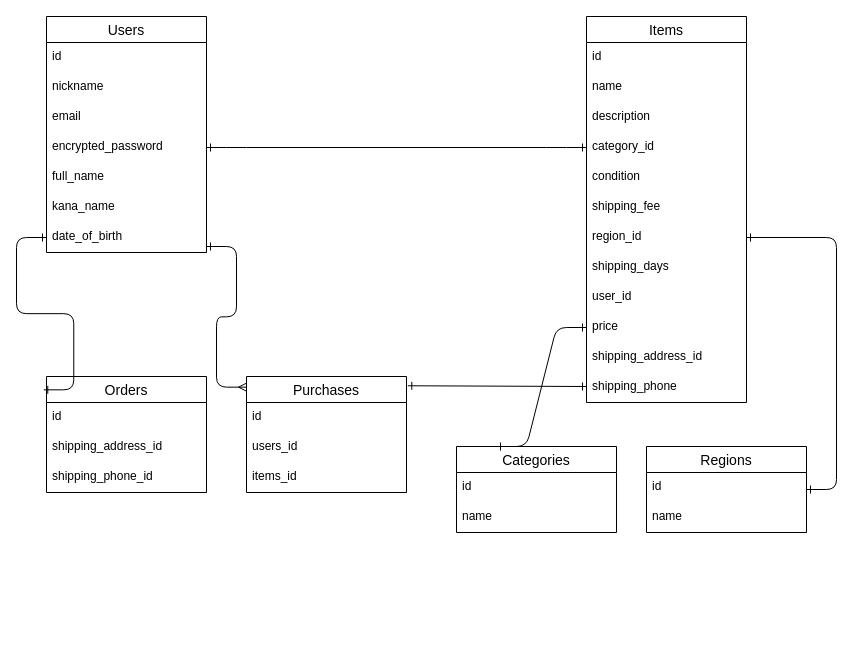
Earlier version of the draw.io diagram furima-39427.dio (oaahibami/furima-39427). Source tidied: cells renumbered, new cells numbered last; positions are measured from the earlier drawing's top-left corner, leaving out a move shared by most shapes. Both pictures are drawn from the tidied source at 100%, with x=0, y=0 at pixel (46, 16).
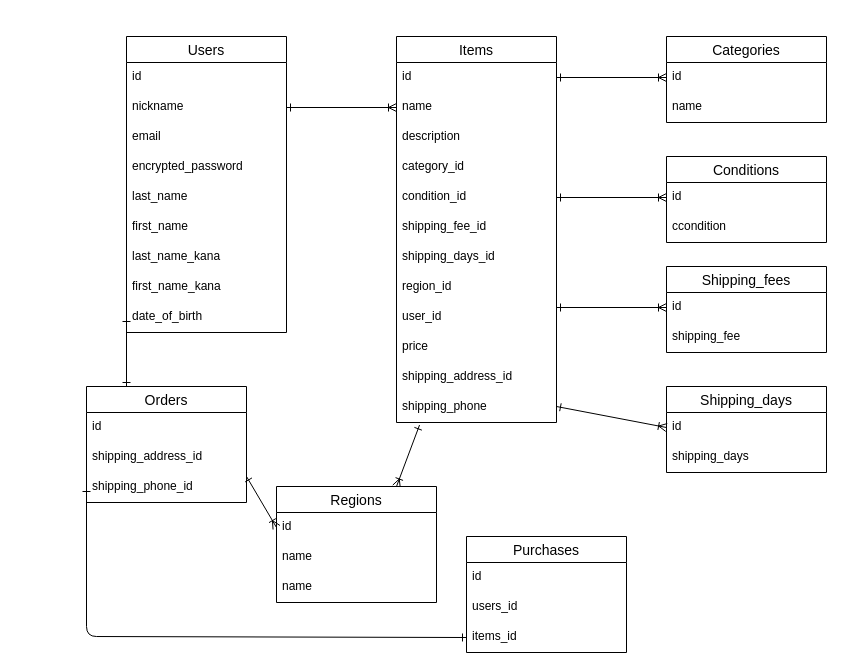
Above is the later version.

Commit message (it also covers changes not shown here):
データベース設計【再提出】

The change refers to these unchanged cells:
```xml
<mxCell id="4" value="nickname" style="text;strokeColor=none;fillColor=none;spacingLeft=4;spacingRight=4;overflow=hidden;points=[[0,0.5],[1,0.5]];portConstraint=eastwest;fontSize=12;" parent="2" vertex="1">
  <mxGeometry y="56" width="160" height="30" as="geometry" />
</mxCell>
<mxCell id="6" value="encrypted_password" style="text;strokeColor=none;fillColor=none;spacingLeft=4;spacingRight=4;overflow=hidden;points=[[0,0.5],[1,0.5]];portConstraint=eastwest;fontSize=12;" parent="2" vertex="1">
  <mxGeometry y="116" width="160" height="30" as="geometry" />
</mxCell>
<mxCell id="11" value="id" style="text;strokeColor=none;fillColor=none;spacingLeft=4;spacingRight=4;overflow=hidden;points=[[0,0.5],[1,0.5]];portConstraint=eastwest;fontSize=12;" parent="10" vertex="1">
  <mxGeometry y="26" width="160" height="30" as="geometry" />
</mxCell>
<mxCell id="12" value="name" style="text;strokeColor=none;fillColor=none;spacingLeft=4;spacingRight=4;overflow=hidden;points=[[0,0.5],[1,0.5]];portConstraint=eastwest;fontSize=12;" parent="10" vertex="1">
  <mxGeometry y="56" width="160" height="30" as="geometry" />
</mxCell>
<mxCell id="14" value="category_id" style="text;strokeColor=none;fillColor=none;spacingLeft=4;spacingRight=4;overflow=hidden;points=[[0,0.5],[1,0.5]];portConstraint=eastwest;fontSize=12;" parent="10" vertex="1">
  <mxGeometry y="116" width="160" height="30" as="geometry" />
</mxCell>
<mxCell id="20" value="price" style="text;strokeColor=none;fillColor=none;spacingLeft=4;spacingRight=4;overflow=hidden;points=[[0,0.5],[1,0.5]];portConstraint=eastwest;fontSize=12;" parent="10" vertex="1">
  <mxGeometry y="296" width="160" height="30" as="geometry" />
</mxCell>
<mxCell id="22" value="shipping_phone" style="text;strokeColor=none;fillColor=none;spacingLeft=4;spacingRight=4;overflow=hidden;points=[[0,0.5],[1,0.5]];portConstraint=eastwest;fontSize=12;" parent="10" vertex="1">
  <mxGeometry y="356" width="160" height="30" as="geometry" />
</mxCell>
<mxCell id="24" value="id" style="text;strokeColor=none;fillColor=none;spacingLeft=4;spacingRight=4;overflow=hidden;points=[[0,0.5],[1,0.5]];portConstraint=eastwest;fontSize=12;" parent="23" vertex="1">
  <mxGeometry y="26" width="160" height="30" as="geometry" />
</mxCell>
<mxCell id="27" value="id" style="text;strokeColor=none;fillColor=none;spacingLeft=4;spacingRight=4;overflow=hidden;points=[[0,0.5],[1,0.5]];portConstraint=eastwest;fontSize=12;" parent="26" vertex="1">
  <mxGeometry y="26" width="160" height="30" as="geometry" />
</mxCell>
<mxCell id="32" value="items_id" style="text;strokeColor=none;fillColor=none;spacingLeft=4;spacingRight=4;overflow=hidden;points=[[0,0.5],[1,0.5]];portConstraint=eastwest;fontSize=12;" parent="29" vertex="1">
  <mxGeometry y="86" width="160" height="30" as="geometry" />
</mxCell>
<mxCell id="36" value="shipping_phone_id" style="text;strokeColor=none;fillColor=none;spacingLeft=4;spacingRight=4;overflow=hidden;points=[[0,0.5],[1,0.5]];portConstraint=eastwest;fontSize=12;" parent="33" vertex="1">
  <mxGeometry y="86" width="160" height="30" as="geometry" />
</mxCell>
```

The edit, as a diff of the source:
```diff
@@
     <mxCell id="2" value="Users" style="swimlane;fontStyle=0;horizontal=1;startSize=26;align=center;fontSize=14;" parent="1" vertex="1">
-      <mxGeometry width="160" height="236" as="geometry" />
+      <mxGeometry x="80" y="20" width="160" height="296" as="geometry" />
     </mxCell>
@@
-    <mxCell id="7" value="full_name" style="text;strokeColor=none;fillColor=none;spacingLeft=4;spacingRight=4;overflow=hidden;fontSize=12;" parent="2" vertex="1">
+    <mxCell id="7" value="last_name" style="text;strokeColor=none;fillColor=none;spacingLeft=4;spacingRight=4;overflow=hidden;fontSize=12;" parent="2" vertex="1">
       <mxGeometry y="146" width="160" height="30" as="geometry" />
     </mxCell>
-    <mxCell id="8" value="kana_name" style="text;strokeColor=none;fillColor=none;spacingLeft=4;spacingRight=4;overflow=hidden;fontSize=12;" parent="2" vertex="1">
+    <mxCell id="8" value="first_name" style="text;strokeColor=none;fillColor=none;spacingLeft=4;spacingRight=4;overflow=hidden;fontSize=12;" parent="2" vertex="1">
       <mxGeometry y="176" width="160" height="30" as="geometry" />
     </mxCell>
-    <mxCell id="9" value="date_of_birth" style="text;strokeColor=none;fillColor=none;spacingLeft=4;spacingRight=4;overflow=hidden;points=[[0,0.5],[1,0.5]];portConstraint=eastwest;fontSize=12;" parent="2" vertex="1">
+    <mxCell id="9" value="last_name_kana" style="text;strokeColor=none;fillColor=none;spacingLeft=4;spacingRight=4;overflow=hidden;points=[[0,0.5],[1,0.5]];portConstraint=eastwest;fontSize=12;" parent="2" vertex="1">
       <mxGeometry y="206" width="160" height="30" as="geometry" />
     </mxCell>
+    <mxCell id="43" value="first_name_kana" style="text;strokeColor=none;fillColor=none;spacingLeft=4;spacingRight=4;overflow=hidden;fontSize=12;" parent="2" vertex="1">
+      <mxGeometry y="236" width="160" height="30" as="geometry" />
+    </mxCell>
+    <mxCell id="44" value="date_of_birth" style="text;strokeColor=none;fillColor=none;spacingLeft=4;spacingRight=4;overflow=hidden;points=[[0,0.5],[1,0.5]];portConstraint=eastwest;fontSize=12;" parent="2" vertex="1">
+      <mxGeometry y="266" width="160" height="30" as="geometry" />
+    </mxCell>
     <mxCell id="10" value="Items" style="swimlane;fontStyle=0;horizontal=1;startSize=26;align=center;fontSize=14;" parent="1" vertex="1">
-      <mxGeometry x="540" width="160" height="386" as="geometry" />
+      <mxGeometry x="350" y="20" width="160" height="386" as="geometry" />
     </mxCell>
@@
-    <mxCell id="15" value="condition" style="text;strokeColor=none;fillColor=none;spacingLeft=4;spacingRight=4;overflow=hidden;points=[[0,0.5],[1,0.5]];portConstraint=eastwest;fontSize=12;" parent="10" vertex="1">
+    <mxCell id="15" value="condition_id" style="text;strokeColor=none;fillColor=none;spacingLeft=4;spacingRight=4;overflow=hidden;points=[[0,0.5],[1,0.5]];portConstraint=eastwest;fontSize=12;" parent="10" vertex="1">
       <mxGeometry y="146" width="160" height="30" as="geometry" />
     </mxCell>
-    <mxCell id="16" value="shipping_fee" style="text;strokeColor=none;fillColor=none;spacingLeft=4;spacingRight=4;overflow=hidden;fontSize=12;" parent="10" vertex="1">
+    <mxCell id="16" value="shipping_fee_id" style="text;strokeColor=none;fillColor=none;spacingLeft=4;spacingRight=4;overflow=hidden;fontSize=12;" parent="10" vertex="1">
       <mxGeometry y="176" width="160" height="30" as="geometry" />
     </mxCell>
+    <mxCell id="18" value="shipping_days_id" style="text;strokeColor=none;fillColor=none;spacingLeft=4;spacingRight=4;overflow=hidden;fontSize=12;" parent="10" vertex="1">
+      <mxGeometry y="206" width="160" height="30" as="geometry" />
+    </mxCell>
     <mxCell id="17" value="region_id" style="text;strokeColor=none;fillColor=none;spacingLeft=4;spacingRight=4;overflow=hidden;points=[[0,0.5],[1,0.5]];portConstraint=eastwest;fontSize=12;" parent="10" vertex="1">
-      <mxGeometry y="206" width="160" height="30" as="geometry" />
+      <mxGeometry y="236" width="160" height="30" as="geometry" />
     </mxCell>
-    <mxCell id="18" value="shipping_days" style="text;strokeColor=none;fillColor=none;spacingLeft=4;spacingRight=4;overflow=hidden;fontSize=12;" parent="10" vertex="1">
-      <mxGeometry y="236" width="160" height="30" as="geometry" />
-    </mxCell>
@@
     <mxCell id="23" value="Categories" style="swimlane;fontStyle=0;horizontal=1;startSize=26;align=center;fontSize=14;" parent="1" vertex="1">
-      <mxGeometry x="410" y="430" width="160" height="86" as="geometry" />
+      <mxGeometry x="620" y="20" width="160" height="86" as="geometry" />
     </mxCell>
@@
+    <mxCell id="45" style="edgeStyle=none;html=1;exitX=0.75;exitY=0;exitDx=0;exitDy=0;entryX=0.144;entryY=1.084;entryDx=0;entryDy=0;entryPerimeter=0;startArrow=ERoneToMany;startFill=0;endArrow=ERone;endFill=0;" parent="1" edge="1" source="26" target="22">
+      <mxGeometry relative="1" as="geometry" />
+    </mxCell>
     <mxCell id="26" value="Regions" style="swimlane;fontStyle=0;horizontal=1;startSize=26;align=center;fontSize=14;" parent="1" vertex="1">
-      <mxGeometry x="600" y="430" width="160" height="86" as="geometry" />
+      <mxGeometry x="230" y="470" width="160" height="116" as="geometry" />
     </mxCell>
@@
+    <mxCell id="46" value="name" style="text;strokeColor=none;fillColor=none;spacingLeft=4;spacingRight=4;overflow=hidden;fontSize=12;" parent="26" vertex="1">
+      <mxGeometry y="56" width="160" height="30" as="geometry" />
+    </mxCell>
     <mxCell id="28" value="name" style="text;strokeColor=none;fillColor=none;spacingLeft=4;spacingRight=4;overflow=hidden;fontSize=12;" parent="26" vertex="1">
-      <mxGeometry y="56" width="160" height="30" as="geometry" />
+      <mxGeometry y="86" width="160" height="30" as="geometry" />
     </mxCell>
     <mxCell id="29" value="Purchases" style="swimlane;fontStyle=0;horizontal=1;startSize=26;align=center;fontSize=14;" parent="1" vertex="1">
-      <mxGeometry x="200" y="360" width="160" height="116" as="geometry" />
+      <mxGeometry x="420" y="520" width="160" height="116" as="geometry" />
     </mxCell>
@@
     <mxCell id="33" value="Orders" style="swimlane;fontStyle=0;horizontal=1;startSize=26;align=center;fontSize=14;" parent="1" vertex="1">
-      <mxGeometry y="360" width="160" height="116" as="geometry" />
+      <mxGeometry x="40" y="370" width="160" height="116" as="geometry" />
     </mxCell>
@@
-    <mxCell id="37" style="edgeStyle=entityRelationEdgeStyle;fontSize=12;html=1;endArrow=ERmany;entryX=0;entryY=0.092;entryDx=0;entryDy=0;entryPerimeter=0;startArrow=ERone;startFill=0;endFill=0;" parent="1" edge="1" target="29">
-      <mxGeometry relative="1" as="geometry">
-        <mxPoint x="160" y="230" as="sourcePoint" />
-      </mxGeometry>
-    </mxCell>
-    <mxCell id="38" style="endArrow=ERone;html=1;rounded=0;exitX=1.008;exitY=0.08;exitDx=0;exitDy=0;exitPerimeter=0;startArrow=ERone;startFill=0;endFill=0;" parent="1" edge="1" source="29">
-      <mxGeometry relative="1" as="geometry">
-        <mxPoint x="540" y="370" as="targetPoint" />
-      </mxGeometry>
-    </mxCell>
-    <mxCell id="39" style="edgeStyle=entityRelationEdgeStyle;html=1;exitX=1;exitY=0.5;exitDx=0;exitDy=0;startArrow=ERone;startFill=0;endArrow=ERone;endFill=0;" parent="1" edge="1" source="17" target="26">
-      <mxGeometry relative="1" as="geometry" />
-    </mxCell>
-    <mxCell id="40" style="edgeStyle=entityRelationEdgeStyle;html=1;exitX=0;exitY=0.5;exitDx=0;exitDy=0;entryX=-0.017;entryY=0.115;entryDx=0;entryDy=0;entryPerimeter=0;startArrow=ERone;startFill=0;endArrow=ERone;endFill=0;" parent="1" edge="1" source="9" target="33">
-      <mxGeometry relative="1" as="geometry" />
-    </mxCell>
-    <mxCell id="41" style="edgeStyle=entityRelationEdgeStyle;html=1;exitX=0;exitY=0.5;exitDx=0;exitDy=0;entryX=0.25;entryY=0;entryDx=0;entryDy=0;startArrow=ERone;startFill=0;endArrow=ERone;endFill=0;" parent="1" edge="1" source="20" target="23">
-      <mxGeometry relative="1" as="geometry" />
-    </mxCell>
-    <mxCell id="42" style="edgeStyle=entityRelationEdgeStyle;html=1;exitX=1;exitY=0.5;exitDx=0;exitDy=0;entryX=0;entryY=0.5;entryDx=0;entryDy=0;startArrow=ERone;startFill=0;endArrow=ERone;endFill=0;" parent="1" edge="1" source="6" target="14">
-      <mxGeometry relative="1" as="geometry" />
-    </mxCell>
+    <mxCell id="47" value="Conditions" style="swimlane;fontStyle=0;horizontal=1;startSize=26;align=center;fontSize=14;" parent="1" vertex="1">
+      <mxGeometry x="620" y="140" width="160" height="86" as="geometry" />
+    </mxCell>
+    <mxCell id="48" value="id" style="text;strokeColor=none;fillColor=none;spacingLeft=4;spacingRight=4;overflow=hidden;points=[[0,0.5],[1,0.5]];portConstraint=eastwest;fontSize=12;" parent="47" vertex="1">
+      <mxGeometry y="26" width="160" height="30" as="geometry" />
+    </mxCell>
+    <mxCell id="49" value="ccondition" style="text;strokeColor=none;fillColor=none;spacingLeft=4;spacingRight=4;overflow=hidden;fontSize=12;" parent="47" vertex="1">
+      <mxGeometry y="56" width="160" height="30" as="geometry" />
+    </mxCell>
+    <mxCell id="50" value="Shipping_fees" style="swimlane;fontStyle=0;horizontal=1;startSize=26;align=center;fontSize=14;" parent="1" vertex="1">
+      <mxGeometry x="620" y="250" width="160" height="86" as="geometry" />
+    </mxCell>
+    <mxCell id="51" value="id" style="text;strokeColor=none;fillColor=none;spacingLeft=4;spacingRight=4;overflow=hidden;points=[[0,0.5],[1,0.5]];portConstraint=eastwest;fontSize=12;" parent="50" vertex="1">
+      <mxGeometry y="26" width="160" height="30" as="geometry" />
+    </mxCell>
+    <mxCell id="52" value="shipping_fee" style="text;strokeColor=none;fillColor=none;spacingLeft=4;spacingRight=4;overflow=hidden;fontSize=12;" parent="50" vertex="1">
+      <mxGeometry y="56" width="160" height="30" as="geometry" />
+    </mxCell>
+    <mxCell id="53" value="Shipping_days" style="swimlane;fontStyle=0;horizontal=1;startSize=26;align=center;fontSize=14;" parent="1" vertex="1">
+      <mxGeometry x="620" y="370" width="160" height="86" as="geometry" />
+    </mxCell>
+    <mxCell id="54" value="id" style="text;strokeColor=none;fillColor=none;spacingLeft=4;spacingRight=4;overflow=hidden;points=[[0,0.5],[1,0.5]];portConstraint=eastwest;fontSize=12;" parent="53" vertex="1">
+      <mxGeometry y="26" width="160" height="30" as="geometry" />
+    </mxCell>
+    <mxCell id="55" value="shipping_days" style="text;strokeColor=none;fillColor=none;spacingLeft=4;spacingRight=4;overflow=hidden;fontSize=12;" parent="53" vertex="1">
+      <mxGeometry y="56" width="160" height="30" as="geometry" />
+    </mxCell>
+    <mxCell id="56" style="edgeStyle=none;html=1;exitX=0;exitY=0.5;exitDx=0;exitDy=0;entryX=1;entryY=0.5;entryDx=0;entryDy=0;startArrow=ERoneToMany;startFill=0;endArrow=ERone;endFill=0;" parent="1" edge="1" source="24" target="11">
+      <mxGeometry relative="1" as="geometry" />
+    </mxCell>
+    <mxCell id="57" style="edgeStyle=none;html=1;exitX=0;exitY=0.5;exitDx=0;exitDy=0;entryX=1;entryY=0.5;entryDx=0;entryDy=0;startArrow=ERoneToMany;startFill=0;endArrow=ERone;endFill=0;" parent="1" edge="1" source="48" target="15">
+      <mxGeometry relative="1" as="geometry" />
+    </mxCell>
+    <mxCell id="58" style="edgeStyle=none;html=1;exitX=0;exitY=0.5;exitDx=0;exitDy=0;startArrow=ERoneToMany;startFill=0;endArrow=ERone;endFill=0;" parent="1" edge="1" source="51">
+      <mxGeometry relative="1" as="geometry">
+        <mxPoint x="510" y="291" as="targetPoint" />
+      </mxGeometry>
+    </mxCell>
+    <mxCell id="59" style="edgeStyle=none;html=1;exitX=0;exitY=0.5;exitDx=0;exitDy=0;startArrow=ERoneToMany;startFill=0;endArrow=ERone;endFill=0;" parent="1" edge="1" source="54">
+      <mxGeometry relative="1" as="geometry">
+        <mxPoint x="510" y="390" as="targetPoint" />
+      </mxGeometry>
+    </mxCell>
+    <mxCell id="60" style="edgeStyle=none;html=1;exitX=0;exitY=0.5;exitDx=0;exitDy=0;entryX=0;entryY=0.5;entryDx=0;entryDy=0;startArrow=ERone;startFill=0;endArrow=ERone;endFill=0;" parent="1" edge="1" source="36" target="32">
+      <mxGeometry relative="1" as="geometry">
+        <Array as="points">
+          <mxPoint x="40" y="620" />
+        </Array>
+      </mxGeometry>
+    </mxCell>
+    <mxCell id="61" style="edgeStyle=none;html=1;exitX=1;exitY=0.5;exitDx=0;exitDy=0;entryX=0;entryY=0.5;entryDx=0;entryDy=0;startArrow=ERone;startFill=0;endArrow=ERoneToMany;endFill=0;" parent="1" edge="1" source="4" target="12">
+      <mxGeometry relative="1" as="geometry" />
+    </mxCell>
+    <mxCell id="62" style="edgeStyle=none;html=1;exitX=0;exitY=0.5;exitDx=0;exitDy=0;entryX=0.25;entryY=0;entryDx=0;entryDy=0;startArrow=ERone;startFill=0;endArrow=ERone;endFill=0;" parent="1" edge="1" source="44" target="33">
+      <mxGeometry relative="1" as="geometry" />
+    </mxCell>
+    <mxCell id="63" style="edgeStyle=none;html=1;exitX=0;exitY=0.5;exitDx=0;exitDy=0;startArrow=ERoneToMany;startFill=0;endArrow=ERone;endFill=0;" parent="1" edge="1" source="27">
+      <mxGeometry relative="1" as="geometry">
+        <mxPoint x="200" y="460" as="targetPoint" />
+      </mxGeometry>
+    </mxCell>
```
